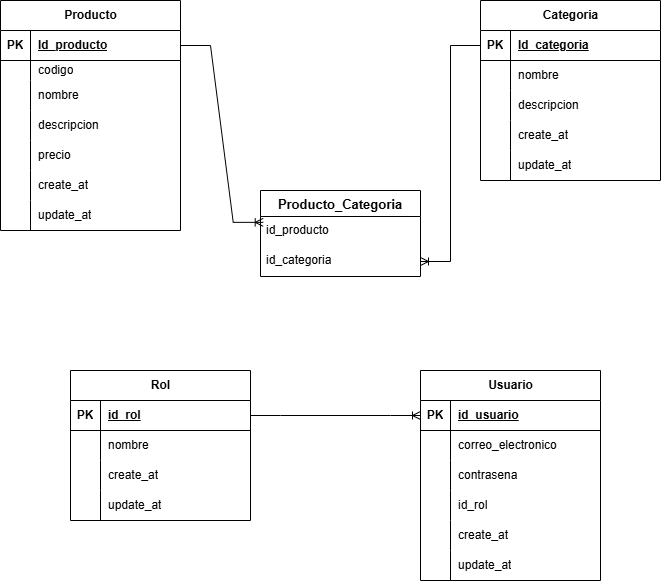
The draw.io diagram docs/Img/Diagrama_ER.drawio.png in JosselineMH/Catalogo_Productos, before a commit. Source tidied: cells renumbered, new cells last; positions are measured from the earlier drawing's top-left corner, leaving out a move shared by most shapes.
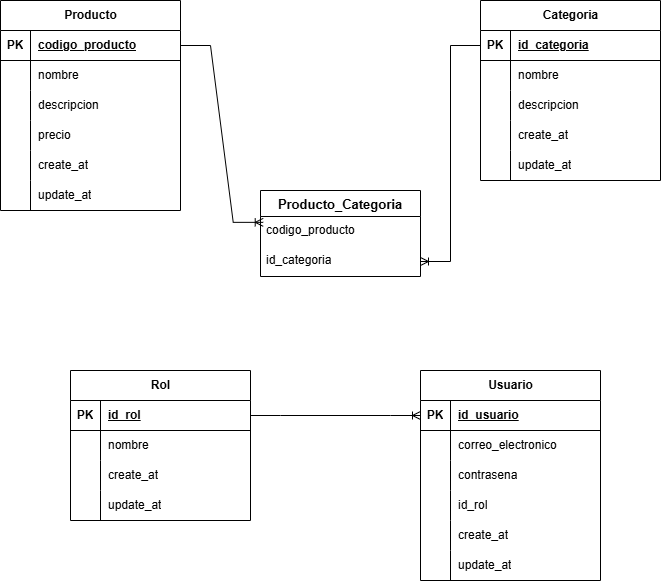
After the change.

Commit message:
feat: Cambio ER + RNF

What changed in the source:
```diff
@@ -3,7 +3,7 @@
     <mxCell id="0" />
     <mxCell id="1" parent="0" />
     <mxCell id="2" value="Producto" style="shape=table;startSize=30;rowLines=0;fontStyle=1;align=center;html=1;miterlimit=4;" parent="1" vertex="1">
-      <mxGeometry width="180" height="230" as="geometry" />
+      <mxGeometry width="180" height="210" as="geometry" />
     </mxCell>
     <mxCell id="3" style="shape=tableRow;horizontal=0;startSize=0;swimlaneHead=0;swimlaneBody=0;fillColor=none;points=[[0,0.5],[1,0.5]];portConstraint=eastwest;top=0;left=0;right=0;bottom=1;" parent="2" vertex="1">
       <mxGeometry y="30" width="180" height="30" as="geometry" />
@@ -11,20 +11,11 @@
     <mxCell id="4" value="PK" style="shape=partialRectangle;fillColor=none;top=0;left=0;bottom=0;right=0;fontStyle=1;overflow=hidden;whiteSpace=wrap;html=1;" parent="3" vertex="1">
       <mxGeometry width="30" height="30" as="geometry" />
     </mxCell>
-    <mxCell id="5" value="Id_producto" style="shape=partialRectangle;fillColor=none;top=0;left=0;bottom=0;right=0;align=left;spacingLeft=6;fontStyle=5;overflow=hidden;whiteSpace=wrap;html=1;" parent="3" vertex="1">
+    <mxCell id="5" value="codigo_producto" style="shape=partialRectangle;fillColor=none;top=0;left=0;bottom=0;right=0;align=left;spacingLeft=6;fontStyle=5;overflow=hidden;whiteSpace=wrap;html=1;" parent="3" vertex="1">
       <mxGeometry x="30" width="150" height="30" as="geometry" />
     </mxCell>
-    <mxCell id="6" style="shape=tableRow;horizontal=0;startSize=0;swimlaneHead=0;swimlaneBody=0;fillColor=none;top=0;left=0;right=0;bottom=0;" parent="2" vertex="1">
-      <mxGeometry y="60" width="180" height="20" as="geometry" />
-    </mxCell>
-    <mxCell id="7" style="shape=partialRectangle;fillColor=none;top=0;left=0;bottom=0;right=0;overflow=hidden;whiteSpace=wrap;html=1;" parent="6" vertex="1">
-      <mxGeometry width="30" height="20" as="geometry" />
-    </mxCell>
-    <mxCell id="8" value="codigo" style="shape=partialRectangle;fillColor=none;top=0;left=0;bottom=0;right=0;align=left;spacingLeft=6;overflow=hidden;whiteSpace=wrap;html=1;" parent="6" vertex="1">
-      <mxGeometry x="30" width="150" height="20" as="geometry" />
-    </mxCell>
     <mxCell id="9" style="shape=tableRow;horizontal=0;startSize=0;swimlaneHead=0;swimlaneBody=0;fillColor=none;top=0;left=0;right=0;bottom=0;" parent="2" vertex="1">
-      <mxGeometry y="80" width="180" height="30" as="geometry" />
+      <mxGeometry y="60" width="180" height="30" as="geometry" />
     </mxCell>
     <mxCell id="10" style="shape=partialRectangle;fillColor=none;top=0;left=0;bottom=0;right=0;overflow=hidden;whiteSpace=wrap;html=1;" parent="9" vertex="1">
       <mxGeometry width="30" height="30" as="geometry" />
@@ -33,7 +24,7 @@
       <mxGeometry x="30" width="150" height="30" as="geometry" />
     </mxCell>
     <mxCell id="12" style="shape=tableRow;horizontal=0;startSize=0;swimlaneHead=0;swimlaneBody=0;fillColor=none;top=0;left=0;right=0;bottom=0;" parent="2" vertex="1">
-      <mxGeometry y="110" width="180" height="30" as="geometry" />
+      <mxGeometry y="90" width="180" height="30" as="geometry" />
     </mxCell>
     <mxCell id="13" style="shape=partialRectangle;fillColor=none;top=0;left=0;bottom=0;right=0;overflow=hidden;whiteSpace=wrap;html=1;" parent="12" vertex="1">
       <mxGeometry width="30" height="30" as="geometry" />
@@ -42,7 +33,7 @@
       <mxGeometry x="30" width="150" height="30" as="geometry" />
     </mxCell>
     <mxCell id="15" style="shape=tableRow;horizontal=0;startSize=0;swimlaneHead=0;swimlaneBody=0;fillColor=none;top=0;left=0;right=0;bottom=0;" parent="2" vertex="1">
-      <mxGeometry y="140" width="180" height="30" as="geometry" />
+      <mxGeometry y="120" width="180" height="30" as="geometry" />
     </mxCell>
     <mxCell id="16" style="shape=partialRectangle;fillColor=none;top=0;left=0;bottom=0;right=0;overflow=hidden;whiteSpace=wrap;html=1;" parent="15" vertex="1">
       <mxGeometry width="30" height="30" as="geometry" />
@@ -51,7 +42,7 @@
       <mxGeometry x="30" width="150" height="30" as="geometry" />
     </mxCell>
     <mxCell id="18" style="shape=tableRow;horizontal=0;startSize=0;swimlaneHead=0;swimlaneBody=0;fillColor=none;top=0;left=0;right=0;bottom=0;" parent="2" vertex="1">
-      <mxGeometry y="170" width="180" height="30" as="geometry" />
+      <mxGeometry y="150" width="180" height="30" as="geometry" />
     </mxCell>
     <mxCell id="19" style="shape=partialRectangle;fillColor=none;top=0;left=0;bottom=0;right=0;overflow=hidden;whiteSpace=wrap;html=1;" parent="18" vertex="1">
       <mxGeometry width="30" height="30" as="geometry" />
@@ -60,7 +51,7 @@
       <mxGeometry x="30" width="150" height="30" as="geometry" />
     </mxCell>
     <mxCell id="21" style="shape=tableRow;horizontal=0;startSize=0;swimlaneHead=0;swimlaneBody=0;fillColor=none;top=0;left=0;right=0;bottom=0;" parent="2" vertex="1">
-      <mxGeometry y="200" width="180" height="30" as="geometry" />
+      <mxGeometry y="180" width="180" height="30" as="geometry" />
     </mxCell>
     <mxCell id="22" style="shape=partialRectangle;fillColor=none;top=0;left=0;bottom=0;right=0;overflow=hidden;whiteSpace=wrap;html=1;" parent="21" vertex="1">
       <mxGeometry width="30" height="30" as="geometry" />
@@ -77,7 +68,7 @@
     <mxCell id="26" value="PK" style="shape=partialRectangle;fillColor=none;top=0;left=0;bottom=0;right=0;fontStyle=1;overflow=hidden;whiteSpace=wrap;html=1;" parent="25" vertex="1">
       <mxGeometry width="30" height="30" as="geometry" />
     </mxCell>
-    <mxCell id="27" value="Id_categoria" style="shape=partialRectangle;fillColor=none;top=0;left=0;bottom=0;right=0;align=left;spacingLeft=6;fontStyle=5;overflow=hidden;whiteSpace=wrap;html=1;" parent="25" vertex="1">
+    <mxCell id="27" value="id_categoria" style="shape=partialRectangle;fillColor=none;top=0;left=0;bottom=0;right=0;align=left;spacingLeft=6;fontStyle=5;overflow=hidden;whiteSpace=wrap;html=1;" parent="25" vertex="1">
       <mxGeometry x="30" width="150" height="30" as="geometry" />
     </mxCell>
     <mxCell id="28" style="shape=tableRow;horizontal=0;startSize=0;swimlaneHead=0;swimlaneBody=0;fillColor=none;top=0;left=0;right=0;bottom=0;" parent="24" vertex="1">
@@ -119,7 +110,7 @@
     <mxCell id="40" value="Producto_Categoria" style="swimlane;fontStyle=1;horizontal=1;startSize=26;align=center;fontSize=13;" parent="1" vertex="1">
       <mxGeometry x="260" y="190" width="160" height="86" as="geometry" />
     </mxCell>
-    <mxCell id="41" value="id_producto" style="text;strokeColor=none;fillColor=none;spacingLeft=4;spacingRight=4;overflow=hidden;points=[[0,0.5],[1,0.5]];portConstraint=eastwest;fontSize=12;whiteSpace=wrap;html=1;" parent="40" vertex="1">
+    <mxCell id="41" value="codigo_producto" style="text;strokeColor=none;fillColor=none;spacingLeft=4;spacingRight=4;overflow=hidden;points=[[0,0.5],[1,0.5]];portConstraint=eastwest;fontSize=12;whiteSpace=wrap;html=1;" parent="40" vertex="1">
       <mxGeometry y="26" width="160" height="30" as="geometry" />
     </mxCell>
     <mxCell id="42" value="id_categoria" style="text;strokeColor=none;fillColor=none;spacingLeft=4;spacingRight=4;overflow=hidden;points=[[0,0.5],[1,0.5]];portConstraint=eastwest;fontSize=12;whiteSpace=wrap;html=1;" parent="40" vertex="1">
```
